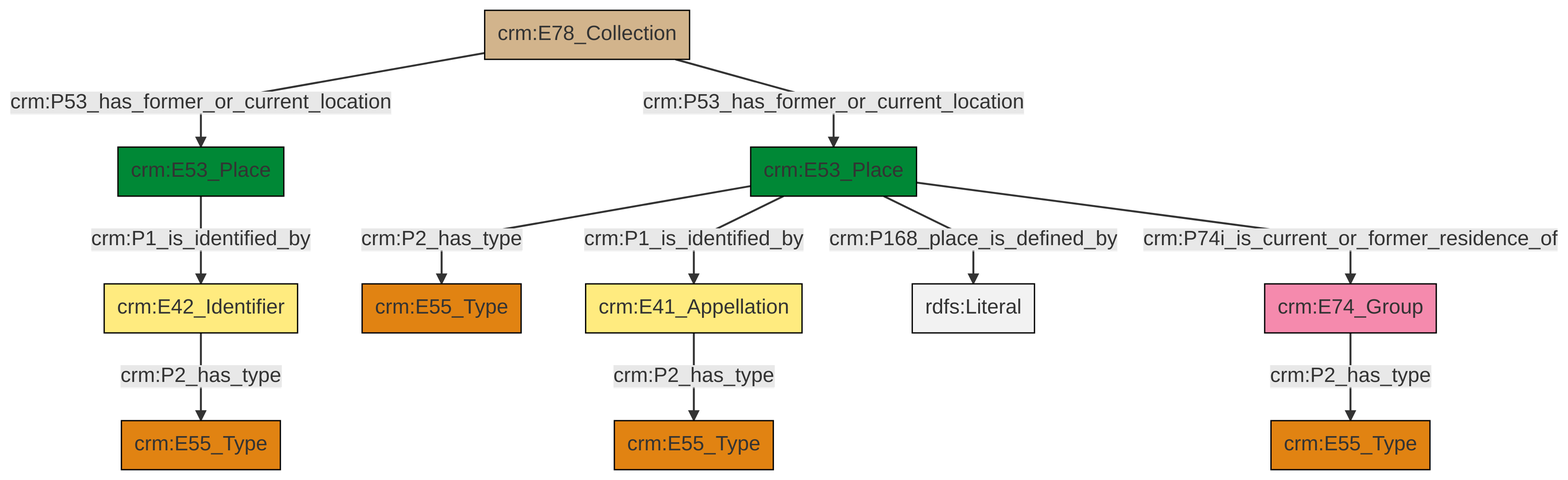
This is et/archivalCSV/ttl/mmd/png/archival_location.png from swiss-art-research-net/docs.swissartresearch, a Mermaid export, as it was before one commit. Its source is kept beside it as et/archivalCSV/ttl/mmd/archival_location.ttl.mmd.
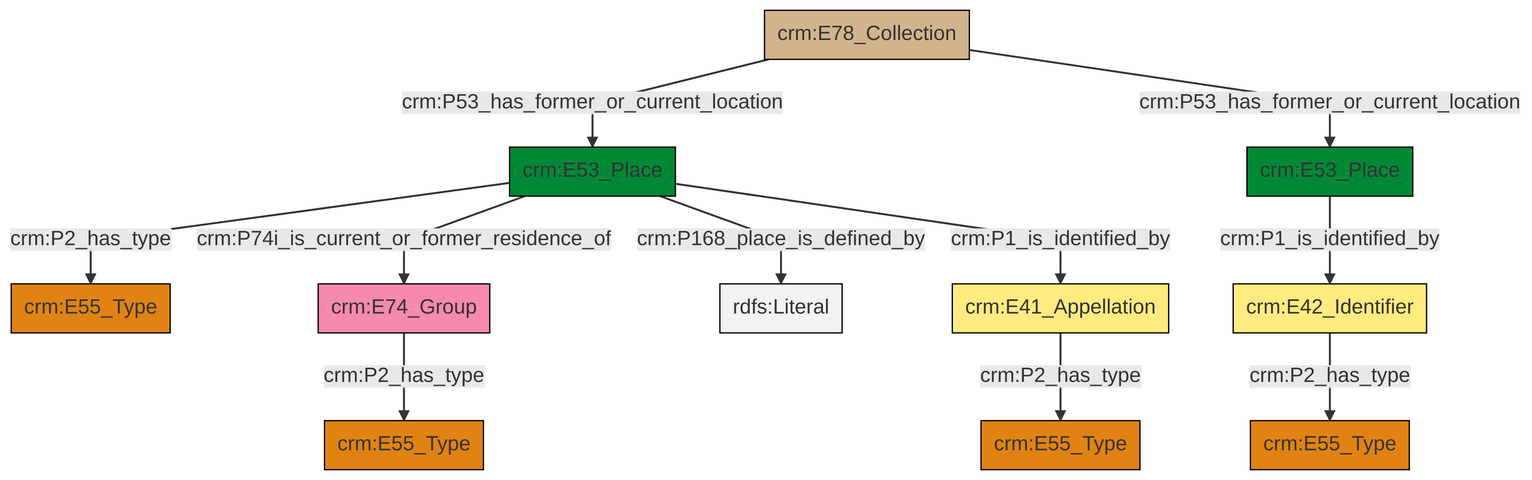
Above is the later version.

Diff of the diagram source:
```diff
@@ -13,13 +13,13 @@
 classDef PC_Classes fill:#4ce600, stroke:#000000;
 classDef Multi fill:#cccccc,stroke:#000000;
 
-8["crm:E53_Place"]:::Place -->|crm:P1_is_identified_by| 9["crm:E41_Appellation"]:::Appellation
-0["crm:E78_Collection"]:::Physical_Thing -->|crm:P53_has_former_or_current_location| 11["crm:E53_Place"]:::Place
-8["crm:E53_Place"]:::Place -->|crm:P168_place_is_defined_by| 12[rdfs:Literal]:::Literal
-8["crm:E53_Place"]:::Place -->|crm:P2_has_type| 4["crm:E55_Type"]:::Type
-0["crm:E78_Collection"]:::Physical_Thing -->|crm:P53_has_former_or_current_location| 8["crm:E53_Place"]:::Place
-22["crm:E42_Identifier"]:::Appellation -->|crm:P2_has_type| 13["crm:E55_Type"]:::Type
-2["crm:E74_Group"]:::Actor -->|crm:P2_has_type| 6["crm:E55_Type"]:::Type
-8["crm:E53_Place"]:::Place -->|crm:P74i_is_current_or_former_residence_of| 2["crm:E74_Group"]:::Actor
-11["crm:E53_Place"]:::Place -->|crm:P1_is_identified_by| 22["crm:E42_Identifier"]:::Appellation
-9["crm:E41_Appellation"]:::Appellation -->|crm:P2_has_type| 16["crm:E55_Type"]:::Type
+6["crm:E53_Place"]:::Place -->|crm:P1_is_identified_by| 7["crm:E42_Identifier"]:::Appellation
+2["crm:E78_Collection"]:::Physical_Thing -->|crm:P53_has_former_or_current_location| 8["crm:E53_Place"]:::Place
+8["crm:E53_Place"]:::Place -->|crm:P2_has_type| 12["crm:E55_Type"]:::Type
+8["crm:E53_Place"]:::Place -->|crm:P74i_is_current_or_former_residence_of| 0["crm:E74_Group"]:::Actor
+2["crm:E78_Collection"]:::Physical_Thing -->|crm:P53_has_former_or_current_location| 6["crm:E53_Place"]:::Place
+7["crm:E42_Identifier"]:::Appellation -->|crm:P2_has_type| 13["crm:E55_Type"]:::Type
+0["crm:E74_Group"]:::Actor -->|crm:P2_has_type| 14["crm:E55_Type"]:::Type
+8["crm:E53_Place"]:::Place -->|crm:P168_place_is_defined_by| 16[rdfs:Literal]:::Literal
+8["crm:E53_Place"]:::Place -->|crm:P1_is_identified_by| 4["crm:E41_Appellation"]:::Appellation
+4["crm:E41_Appellation"]:::Appellation -->|crm:P2_has_type| 9["crm:E55_Type"]:::Type
```
